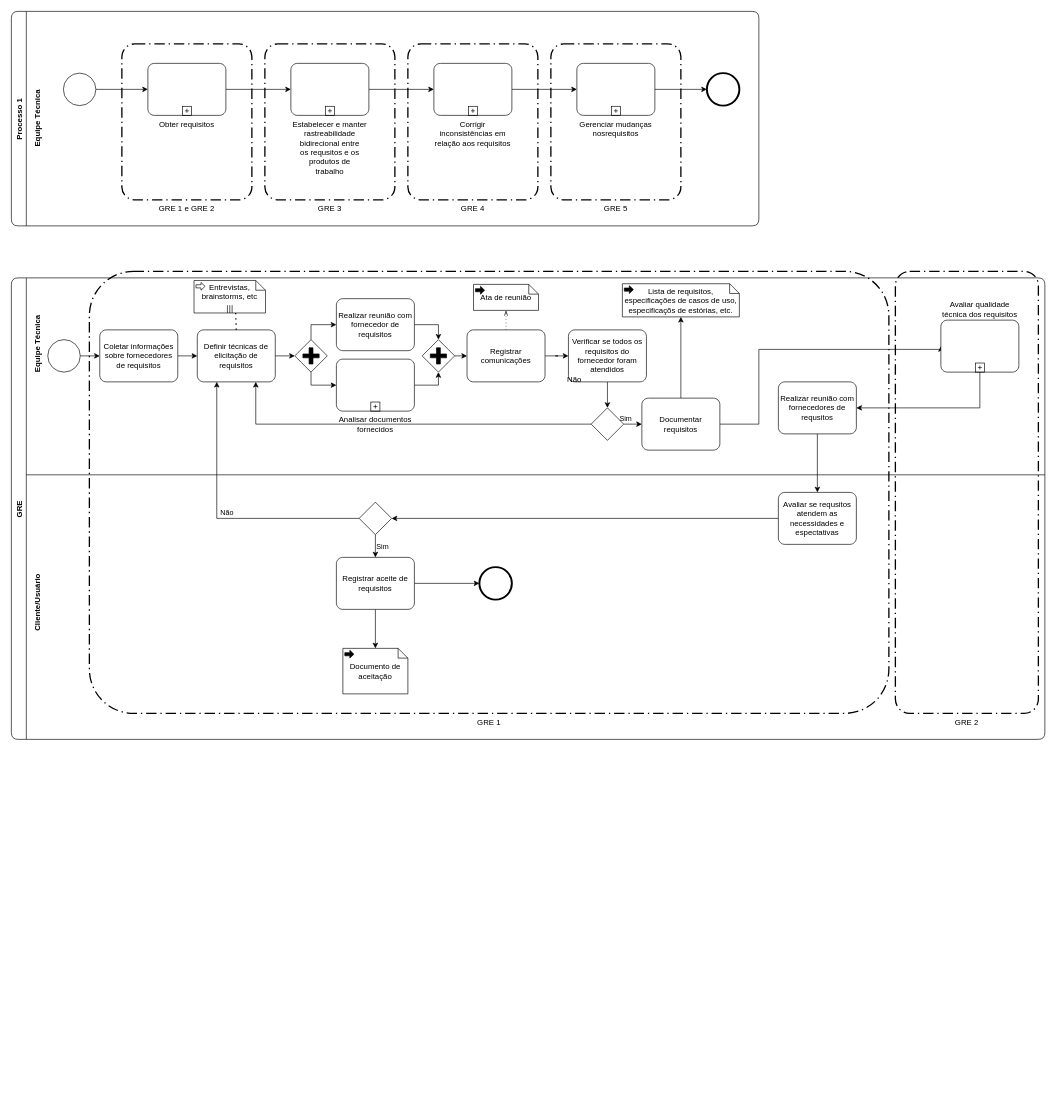
carlosbetiol/engenharia-software-utfpr keeps this draw.io diagram as Modelo de processo de Gestao de Requisitos.drawio. Above is the earlier version. Source tidied: cells renumbered, new cells numbered last; positions are measured from the earlier drawing's top-left corner, leaving out a move shared by most shapes. Both pictures are drawn from the tidied source at 65%, with x=0, y=0 at pixel (5, 11).
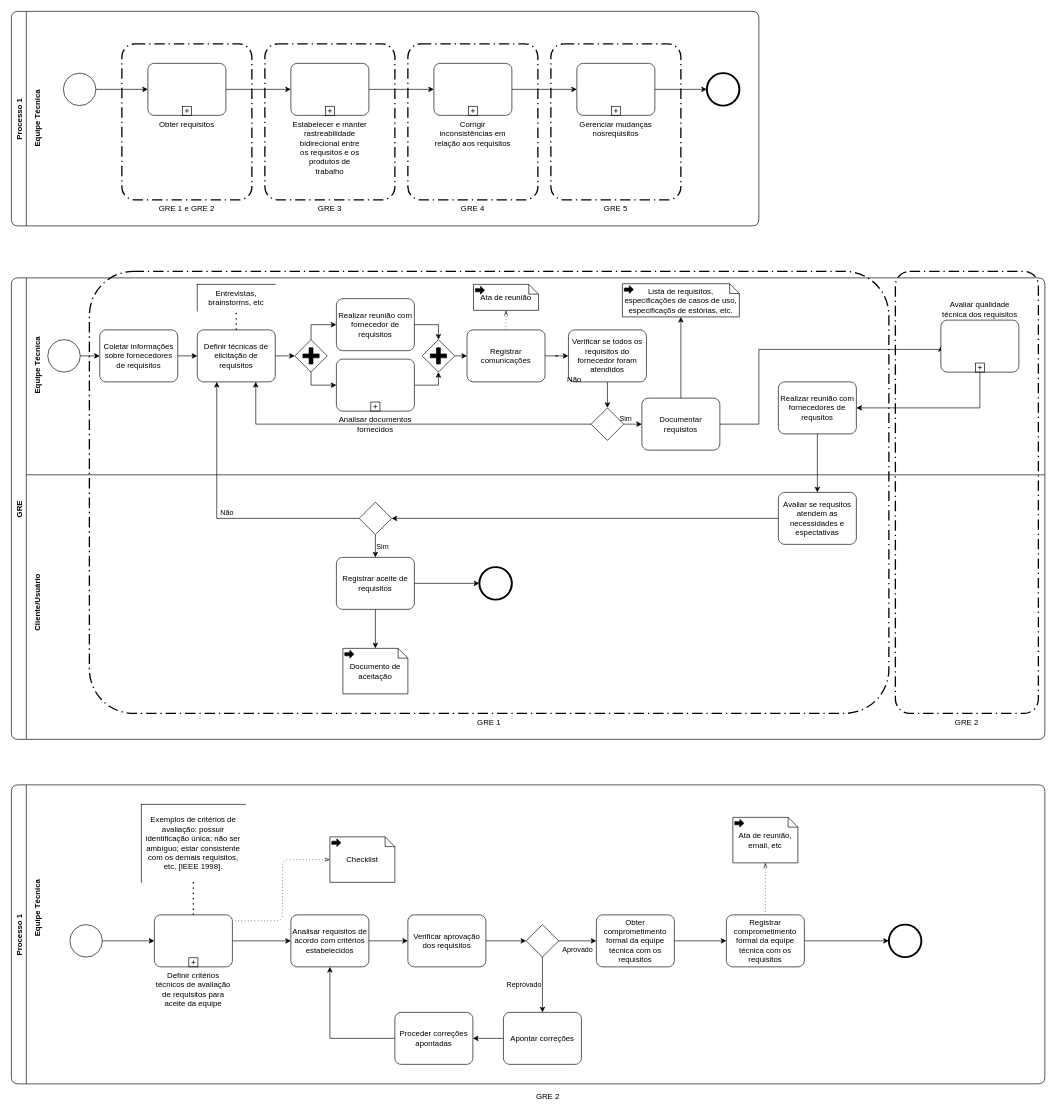
After the change.

Commit message:
modelado detalhes GRE 2

The change refers to these unchanged cells:
```xml
<mxCell id="19" value="GRE" style="swimlane;horizontal=0;rounded=1;swimlaneLine=1;" parent="1" vertex="1">
  <mxGeometry x="10" y="410" width="1590" height="710" as="geometry" />
</mxCell>
<mxCell id="27" value="Definir técnicas de elicitação de requisitos" style="points=[[0.25,0,0],[0.5,0,0],[0.75,0,0],[1,0.25,0],[1,0.5,0],[1,0.75,0],[0.75,1,0],[0.5,1,0],[0.25,1,0],[0,0.75,0],[0,0.5,0],[0,0.25,0]];shape=mxgraph.bpmn.task;whiteSpace=wrap;rectStyle=rounded;size=10;taskMarker=abstract;rounded=0;shadow=0;glass=0;strokeWidth=1;" parent="19" vertex="1">
  <mxGeometry x="286" y="80" width="120" height="80" as="geometry" />
</mxCell>
```

The edit, as a diff of the source:
```diff
@@
+    <mxCell id="66" value="GRE 1" style="rounded=1;arcSize=10;dashed=1;strokeColor=#000000;fillColor=none;gradientColor=none;dashPattern=8 3 1 3;strokeWidth=2;labelPosition=center;verticalLabelPosition=bottom;align=center;verticalAlign=top;" parent="19" vertex="1">
+      <mxGeometry x="120" y="-10" width="1230" height="680" as="geometry" />
+    </mxCell>
+    <mxCell id="67" value="GRE 2" style="rounded=1;arcSize=10;dashed=1;strokeColor=#000000;fillColor=none;gradientColor=none;dashPattern=8 3 1 3;strokeWidth=2;labelPosition=center;verticalLabelPosition=bottom;align=center;verticalAlign=top;" parent="19" vertex="1">
+      <mxGeometry x="1360" y="-10" width="220" height="680" as="geometry" />
+    </mxCell>
     <mxCell id="20" value="&lt;div&gt;Equipe Técnica&lt;/div&gt;" style="text;html=1;align=center;verticalAlign=middle;fillColor=none;strokeColor=none;rounded=0;shadow=0;glass=0;rotation=270;strokeWidth=1;fontStyle=1;" parent="19" vertex="1">
-      <mxGeometry x="-10" y="92" width="100" height="20" as="geometry" />
+      <mxGeometry x="-10" y="125" width="100" height="20" as="geometry" />
     </mxCell>
@@
-    <mxCell id="28" value="&lt;div&gt;Entrevistas, brainstorms, etc&lt;/div&gt;&lt;div&gt;&lt;br&gt;&lt;/div&gt;" style="shape=mxgraph.bpmn.data;labelPosition=center;verticalLabelPosition=middle;align=center;verticalAlign=middle;whiteSpace=wrap;size=15;html=1;bpmnTransferType=input;isCollection=1;rounded=0;shadow=0;glass=0;strokeWidth=1;" parent="19" vertex="1">
-      <mxGeometry x="281" y="4" width="110" height="50" as="geometry" />
-    </mxCell>
-    <mxCell id="29" style="endArrow=none;dashed=1;html=1;dashPattern=1 3;strokeWidth=2;entryX=0.582;entryY=1;entryDx=0;entryDy=0;entryPerimeter=0;exitX=0.5;exitY=0;exitDx=0;exitDy=0;exitPerimeter=0;" parent="19" edge="1" source="27" target="28">
+    <mxCell id="29" style="endArrow=none;dashed=1;html=1;dashPattern=1 3;strokeWidth=2;exitX=0.5;exitY=0;exitDx=0;exitDy=0;exitPerimeter=0;" parent="19" edge="1" source="27" target="28">
       <mxGeometry relative="1" as="geometry" />
     </mxCell>
@@
-    <mxCell id="66" value="GRE 1" style="rounded=1;arcSize=10;dashed=1;strokeColor=#000000;fillColor=none;gradientColor=none;dashPattern=8 3 1 3;strokeWidth=2;labelPosition=center;verticalLabelPosition=bottom;align=center;verticalAlign=top;" parent="19" vertex="1">
-      <mxGeometry x="120" y="-10" width="1230" height="680" as="geometry" />
-    </mxCell>
-    <mxCell id="67" value="GRE 2" style="rounded=1;arcSize=10;dashed=1;strokeColor=#000000;fillColor=none;gradientColor=none;dashPattern=8 3 1 3;strokeWidth=2;labelPosition=center;verticalLabelPosition=bottom;align=center;verticalAlign=top;" parent="19" vertex="1">
-      <mxGeometry x="1360" y="-10" width="220" height="680" as="geometry" />
-    </mxCell>
+    <mxCell id="28" value="Entrevistas, brainstorms, etc" style="shape=partialRectangle;whiteSpace=wrap;html=1;bottom=0;right=0;fillColor=none;rounded=1;strokeWidth=1;" parent="19" vertex="1">
+      <mxGeometry x="286" y="10" width="120" height="41" as="geometry" />
+    </mxCell>
@@
+    <mxCell id="70" value="Processo 1" style="swimlane;horizontal=0;rounded=1;swimlaneLine=1;" parent="1" vertex="1">
+      <mxGeometry x="10" y="1190" width="1590" height="460" as="geometry" />
+    </mxCell>
+    <mxCell id="71" value="Exemplos de critérios de avaliação: possuir identificação única; não ser ambíguo; estar consistente com os demais requisitos, etc. [IEEE 1998]." style="shape=partialRectangle;whiteSpace=wrap;html=1;bottom=0;right=0;fillColor=none;rounded=1;strokeWidth=1;" parent="70" vertex="1">
+      <mxGeometry x="200" y="30" width="160" height="120" as="geometry" />
+    </mxCell>
+    <mxCell id="72" style="edgeStyle=orthogonalEdgeStyle;rounded=0;jettySize=auto;html=1;exitX=1;exitY=0.5;exitDx=0;exitDy=0;exitPerimeter=0;entryX=0;entryY=0.5;entryDx=0;entryDy=0;entryPerimeter=0;" parent="70" edge="1" source="73" target="81">
+      <mxGeometry relative="1" as="geometry" />
+    </mxCell>
+    <mxCell id="73" value="Definir critérios técnicos de avaliação de requisitos para aceite da equipe" style="points=[[0.25,0,0],[0.5,0,0],[0.75,0,0],[1,0.25,0],[1,0.5,0],[1,0.75,0],[0.75,1,0],[0.5,1,0],[0.25,1,0],[0,0.75,0],[0,0.5,0],[0,0.25,0]];shape=mxgraph.bpmn.task;whiteSpace=wrap;rectStyle=rounded;size=10;taskMarker=abstract;isLoopSub=1;rounded=1;labelPosition=center;verticalLabelPosition=bottom;align=center;verticalAlign=top;" parent="70" vertex="1">
+      <mxGeometry x="220" y="200" width="120" height="80" as="geometry" />
+    </mxCell>
+    <mxCell id="74" value="&lt;div&gt;Equipe Técnica&lt;/div&gt;" style="text;html=1;align=center;verticalAlign=middle;fillColor=none;strokeColor=none;rounded=0;shadow=0;glass=0;rotation=270;strokeWidth=1;fontStyle=1;" parent="70" vertex="1">
+      <mxGeometry x="-10" y="180" width="100" height="20" as="geometry" />
+    </mxCell>
+    <mxCell id="75" style="edgeStyle=orthogonalEdgeStyle;rounded=0;jettySize=auto;html=1;exitX=1;exitY=0.5;exitDx=0;exitDy=0;exitPerimeter=0;entryX=0;entryY=0.5;entryDx=0;entryDy=0;entryPerimeter=0;" parent="70" edge="1" source="76" target="73">
+      <mxGeometry relative="1" as="geometry" />
+    </mxCell>
+    <mxCell id="76" style="points=[[0.145,0.145,0],[0.5,0,0],[0.855,0.145,0],[1,0.5,0],[0.855,0.855,0],[0.5,1,0],[0.145,0.855,0],[0,0.5,0]];shape=mxgraph.bpmn.event;html=1;verticalLabelPosition=bottom;labelBackgroundColor=#ffffff;verticalAlign=top;align=center;perimeter=ellipsePerimeter;outlineConnect=0;outline=standard;symbol=general;rounded=1;strokeWidth=1;" parent="70" vertex="1">
+      <mxGeometry x="90" y="215" width="50" height="50" as="geometry" />
+    </mxCell>
+    <mxCell id="77" value="Checklist" style="shape=mxgraph.bpmn.data;labelPosition=center;verticalLabelPosition=middle;align=center;verticalAlign=middle;whiteSpace=wrap;size=15;html=1;bpmnTransferType=output;rounded=0;shadow=0;glass=0;strokeWidth=1;" parent="70" vertex="1">
+      <mxGeometry x="490" y="80" width="100" height="70" as="geometry" />
+    </mxCell>
+    <mxCell id="78" style="endArrow=none;dashed=1;html=1;dashPattern=1 3;strokeWidth=2;exitX=0.5;exitY=0;exitDx=0;exitDy=0;exitPerimeter=0;entryX=0.5;entryY=1;entryDx=0;entryDy=0;" parent="70" edge="1" source="73" target="71">
+      <mxGeometry relative="1" as="geometry" />
+    </mxCell>
+    <mxCell id="79" style="edgeStyle=elbowEdgeStyle;fontSize=12;html=1;endFill=0;startFill=0;endSize=6;startSize=6;dashed=1;dashPattern=1 4;endArrow=openThin;startArrow=none;exitX=1.033;exitY=0.113;exitDx=0;exitDy=0;exitPerimeter=0;entryX=0;entryY=0.5;entryDx=0;entryDy=0;entryPerimeter=0;" parent="70" edge="1" source="73" target="77">
+      <mxGeometry relative="1" as="geometry" />
+    </mxCell>
+    <mxCell id="80" style="edgeStyle=orthogonalEdgeStyle;rounded=0;jettySize=auto;html=1;exitX=1;exitY=0.5;exitDx=0;exitDy=0;exitPerimeter=0;entryX=0;entryY=0.5;entryDx=0;entryDy=0;entryPerimeter=0;" parent="70" edge="1" source="81" target="83">
+      <mxGeometry relative="1" as="geometry" />
+    </mxCell>
+    <mxCell id="81" value="Analisar requisitos de acordo com critérios estabelecidos" style="points=[[0.25,0,0],[0.5,0,0],[0.75,0,0],[1,0.25,0],[1,0.5,0],[1,0.75,0],[0.75,1,0],[0.5,1,0],[0.25,1,0],[0,0.75,0],[0,0.5,0],[0,0.25,0]];shape=mxgraph.bpmn.task;whiteSpace=wrap;rectStyle=rounded;size=10;taskMarker=abstract;rounded=0;shadow=0;glass=0;strokeWidth=1;" parent="70" vertex="1">
+      <mxGeometry x="430" y="200" width="120" height="80" as="geometry" />
+    </mxCell>
+    <mxCell id="82" style="edgeStyle=orthogonalEdgeStyle;rounded=0;jettySize=auto;html=1;exitX=1;exitY=0.5;exitDx=0;exitDy=0;exitPerimeter=0;entryX=0;entryY=0.5;entryDx=0;entryDy=0;entryPerimeter=0;" parent="70" edge="1" source="83" target="86">
+      <mxGeometry relative="1" as="geometry" />
+    </mxCell>
+    <mxCell id="83" value="Verificar aprovação dos requisitos" style="points=[[0.25,0,0],[0.5,0,0],[0.75,0,0],[1,0.25,0],[1,0.5,0],[1,0.75,0],[0.75,1,0],[0.5,1,0],[0.25,1,0],[0,0.75,0],[0,0.5,0],[0,0.25,0]];shape=mxgraph.bpmn.task;whiteSpace=wrap;rectStyle=rounded;size=10;taskMarker=abstract;rounded=0;shadow=0;glass=0;strokeWidth=1;" parent="70" vertex="1">
+      <mxGeometry x="610" y="200" width="120" height="80" as="geometry" />
+    </mxCell>
+    <mxCell id="84" value="Aprovado" style="edgeStyle=orthogonalEdgeStyle;rounded=0;jettySize=auto;html=1;exitX=1;exitY=0.5;exitDx=0;exitDy=0;exitPerimeter=0;entryX=0;entryY=0.5;entryDx=0;entryDy=0;entryPerimeter=0;labelPosition=center;verticalLabelPosition=bottom;align=center;verticalAlign=top;" parent="70" edge="1" source="86" target="88">
+      <mxGeometry relative="1" as="geometry" />
+    </mxCell>
+    <mxCell id="85" value="Reprovado" style="edgeStyle=orthogonalEdgeStyle;rounded=0;jettySize=auto;html=1;exitX=0.5;exitY=1;exitDx=0;exitDy=0;exitPerimeter=0;labelPosition=left;verticalLabelPosition=middle;align=right;verticalAlign=middle;" parent="70" edge="1" source="86" target="90">
+      <mxGeometry relative="1" as="geometry" />
+    </mxCell>
+    <mxCell id="86" style="points=[[0.25,0.25,0],[0.5,0,0],[0.75,0.25,0],[1,0.5,0],[0.75,0.75,0],[0.5,1,0],[0.25,0.75,0],[0,0.5,0]];shape=mxgraph.bpmn.gateway2;html=1;verticalLabelPosition=bottom;labelBackgroundColor=#ffffff;verticalAlign=top;align=center;perimeter=rhombusPerimeter;outlineConnect=0;outline=none;symbol=none;rounded=1;strokeWidth=1;" parent="70" vertex="1">
+      <mxGeometry x="792" y="215" width="50" height="50" as="geometry" />
+    </mxCell>
+    <mxCell id="87" style="edgeStyle=orthogonalEdgeStyle;rounded=0;jettySize=auto;html=1;exitX=1;exitY=0.5;exitDx=0;exitDy=0;exitPerimeter=0;entryX=0;entryY=0.5;entryDx=0;entryDy=0;entryPerimeter=0;" parent="70" edge="1" source="88" target="94">
+      <mxGeometry relative="1" as="geometry" />
+    </mxCell>
+    <mxCell id="88" value="Obter comprometimento formal da equipe técnica com os requisitos" style="points=[[0.25,0,0],[0.5,0,0],[0.75,0,0],[1,0.25,0],[1,0.5,0],[1,0.75,0],[0.75,1,0],[0.5,1,0],[0.25,1,0],[0,0.75,0],[0,0.5,0],[0,0.25,0]];shape=mxgraph.bpmn.task;whiteSpace=wrap;rectStyle=rounded;size=10;taskMarker=abstract;rounded=0;shadow=0;glass=0;strokeWidth=1;" parent="70" vertex="1">
+      <mxGeometry x="900" y="200" width="120" height="80" as="geometry" />
+    </mxCell>
+    <mxCell id="89" style="edgeStyle=orthogonalEdgeStyle;rounded=0;jettySize=auto;html=1;exitX=0;exitY=0.5;exitDx=0;exitDy=0;exitPerimeter=0;" parent="70" edge="1" source="90" target="92">
+      <mxGeometry relative="1" as="geometry" />
+    </mxCell>
+    <mxCell id="90" value="Apontar correções" style="points=[[0.25,0,0],[0.5,0,0],[0.75,0,0],[1,0.25,0],[1,0.5,0],[1,0.75,0],[0.75,1,0],[0.5,1,0],[0.25,1,0],[0,0.75,0],[0,0.5,0],[0,0.25,0]];shape=mxgraph.bpmn.task;whiteSpace=wrap;rectStyle=rounded;size=10;taskMarker=abstract;rounded=0;shadow=0;glass=0;strokeWidth=1;" parent="70" vertex="1">
+      <mxGeometry x="757" y="350" width="120" height="80" as="geometry" />
+    </mxCell>
+    <mxCell id="91" style="edgeStyle=orthogonalEdgeStyle;rounded=0;jettySize=auto;html=1;exitX=0;exitY=0.5;exitDx=0;exitDy=0;exitPerimeter=0;entryX=0.5;entryY=1;entryDx=0;entryDy=0;entryPerimeter=0;" parent="70" edge="1" source="92" target="81">
+      <mxGeometry relative="1" as="geometry" />
+    </mxCell>
+    <mxCell id="92" value="Proceder correções apontadas" style="points=[[0.25,0,0],[0.5,0,0],[0.75,0,0],[1,0.25,0],[1,0.5,0],[1,0.75,0],[0.75,1,0],[0.5,1,0],[0.25,1,0],[0,0.75,0],[0,0.5,0],[0,0.25,0]];shape=mxgraph.bpmn.task;whiteSpace=wrap;rectStyle=rounded;size=10;taskMarker=abstract;rounded=0;shadow=0;glass=0;strokeWidth=1;" parent="70" vertex="1">
+      <mxGeometry x="590" y="350" width="120" height="80" as="geometry" />
+    </mxCell>
+    <mxCell id="93" style="edgeStyle=orthogonalEdgeStyle;rounded=0;jettySize=auto;html=1;exitX=1;exitY=0.5;exitDx=0;exitDy=0;exitPerimeter=0;entryX=0;entryY=0.5;entryDx=0;entryDy=0;entryPerimeter=0;" parent="70" edge="1" source="94" target="97">
+      <mxGeometry relative="1" as="geometry" />
+    </mxCell>
+    <mxCell id="94" value="Registrar comprometimento formal da equipe técnica com os requisitos" style="points=[[0.25,0,0],[0.5,0,0],[0.75,0,0],[1,0.25,0],[1,0.5,0],[1,0.75,0],[0.75,1,0],[0.5,1,0],[0.25,1,0],[0,0.75,0],[0,0.5,0],[0,0.25,0]];shape=mxgraph.bpmn.task;whiteSpace=wrap;rectStyle=rounded;size=10;taskMarker=abstract;rounded=0;shadow=0;glass=0;strokeWidth=1;" parent="70" vertex="1">
+      <mxGeometry x="1100" y="200" width="120" height="80" as="geometry" />
+    </mxCell>
+    <mxCell id="95" value="Ata de reunião, email, etc" style="shape=mxgraph.bpmn.data;labelPosition=center;verticalLabelPosition=middle;align=center;verticalAlign=middle;whiteSpace=wrap;size=15;html=1;bpmnTransferType=output;rounded=0;shadow=0;glass=0;strokeWidth=1;" parent="70" vertex="1">
+      <mxGeometry x="1110" y="50" width="100" height="70" as="geometry" />
+    </mxCell>
+    <mxCell id="96" style="edgeStyle=elbowEdgeStyle;fontSize=12;html=1;endFill=0;startFill=0;endSize=6;startSize=6;dashed=1;dashPattern=1 4;endArrow=openThin;startArrow=none;entryX=0.5;entryY=1;entryDx=0;entryDy=0;entryPerimeter=0;exitX=0.5;exitY=0;exitDx=0;exitDy=0;exitPerimeter=0;" parent="70" edge="1" source="94" target="95">
+      <mxGeometry relative="1" as="geometry" />
+    </mxCell>
+    <mxCell id="97" style="points=[[0.145,0.145,0],[0.5,0,0],[0.855,0.145,0],[1,0.5,0],[0.855,0.855,0],[0.5,1,0],[0.145,0.855,0],[0,0.5,0]];shape=mxgraph.bpmn.event;html=1;verticalLabelPosition=bottom;labelBackgroundColor=#ffffff;verticalAlign=top;align=center;perimeter=ellipsePerimeter;outlineConnect=0;outline=end;symbol=terminate2;rounded=1;strokeWidth=1;" parent="70" vertex="1">
+      <mxGeometry x="1350" y="215" width="50" height="50" as="geometry" />
+    </mxCell>
+    <mxCell id="98" value="GRE 2" style="text;html=1;align=center;verticalAlign=middle;strokeColor=none;" parent="1" vertex="1">
+      <mxGeometry x="810" y="1660" width="50" height="20" as="geometry" />
+    </mxCell>
```
